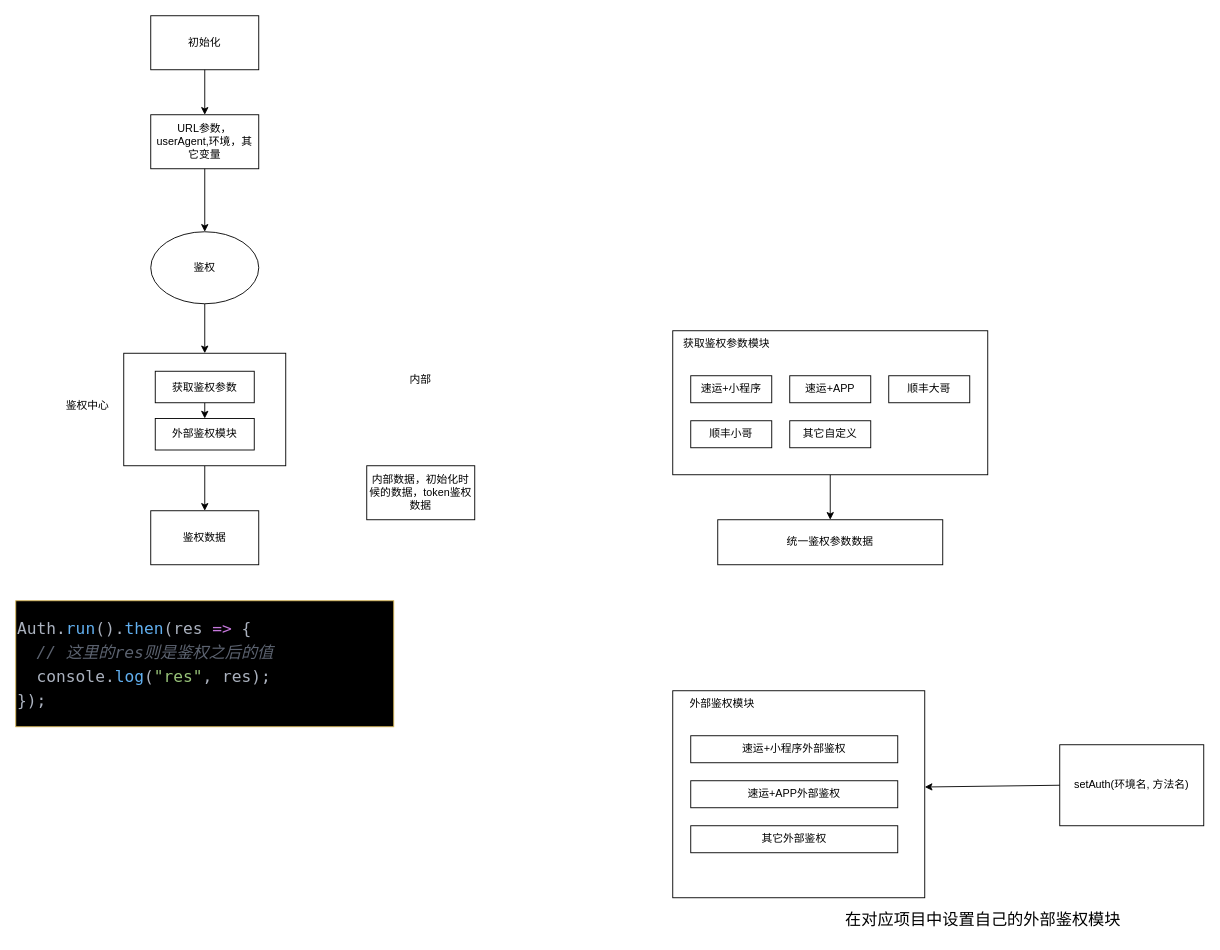
Above: page "第 16 页" (16 of 16) of Untitled Diagram.drawio in wujinzhe/course (draw.io), before the change. Source tidied: cells renumbered, new cells numbered last; positions are measured from the earlier drawing's top-left corner, leaving out a move shared by most shapes. Both pictures are drawn from the tidied source at 90%, with x=0, y=0 at pixel (15, 15).
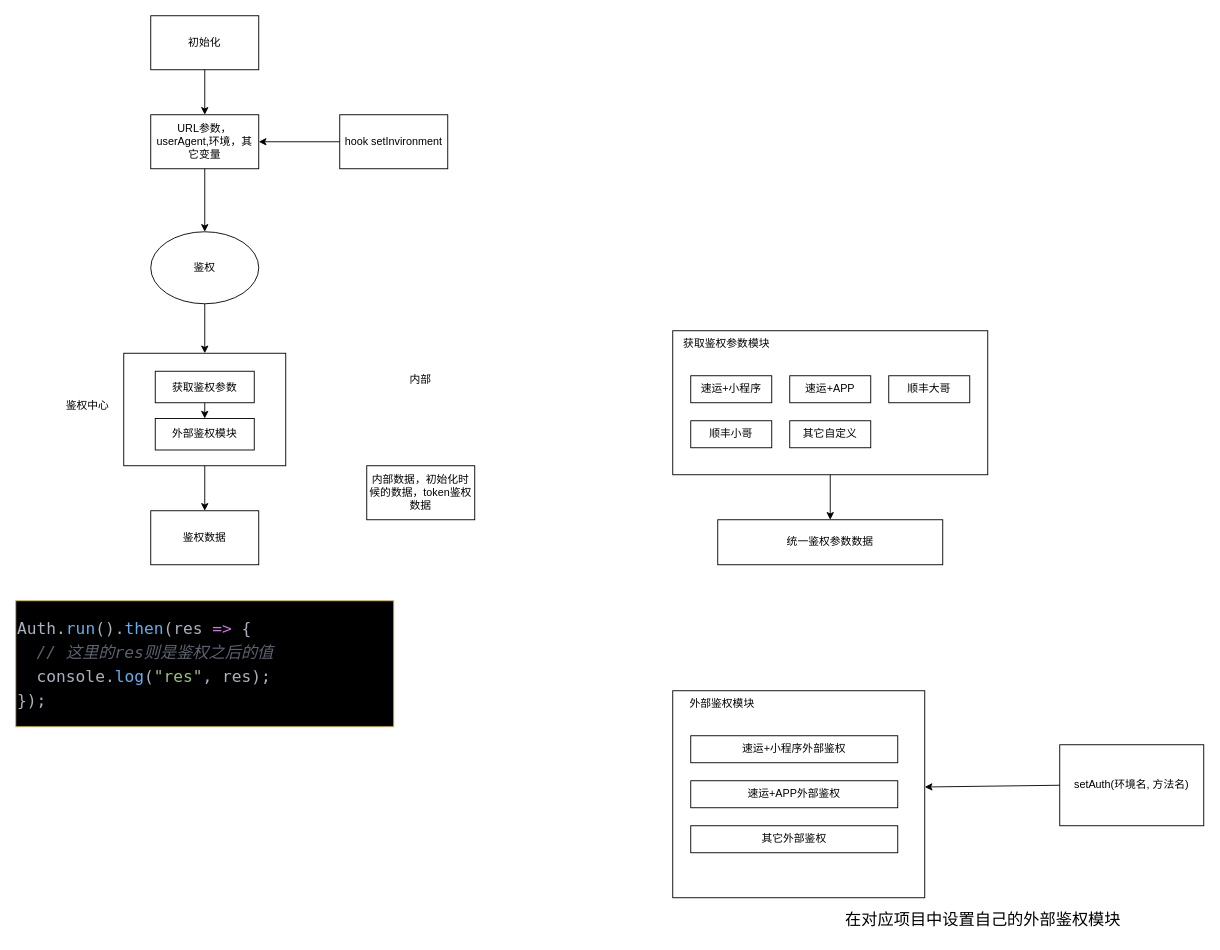
After the change.

The change refers to these unchanged cells:
```xml
<mxCell id="34" value="URL参数，userAgent,环境，其它变量" style="rounded=0;whiteSpace=wrap;html=1;labelBackgroundColor=none;strokeColor=default;fontSize=12;fillColor=none;" parent="1" vertex="1">
  <mxGeometry x="150" y="110" width="120" height="60" as="geometry" />
</mxCell>
```

Diff of the diagram source:
```diff
@@
+    <mxCell id="35" style="edgeStyle=orthogonalEdgeStyle;rounded=0;jettySize=auto;html=1;entryX=1;entryY=0.5;entryDx=0;entryDy=0;" parent="1" edge="1" source="36" target="34">
+      <mxGeometry relative="1" as="geometry" />
+    </mxCell>
+    <mxCell id="36" value="hook setInvironment" style="rounded=0;whiteSpace=wrap;html=1;" parent="1" vertex="1">
+      <mxGeometry x="360" y="110" width="120" height="60" as="geometry" />
+    </mxCell>
```
